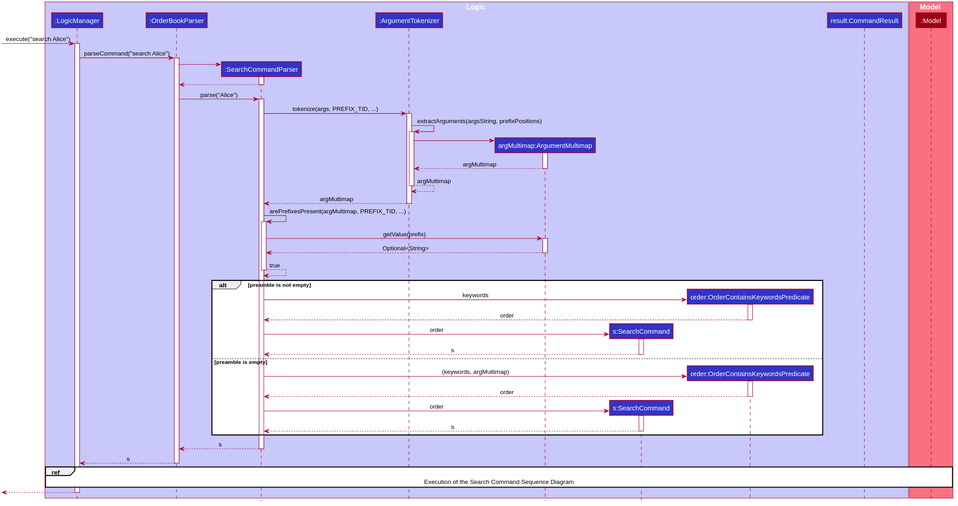
Above: docs/images/SearchCommandSequenceDiagram.svg in nus-cs2103-AY1920S2/addressbook-level3 (PlantUML), before the change. Its diagram source:
```plantuml
@startuml








skinparam BackgroundColor #FFFFFFF

skinparam Shadowing false

skinparam Class {
    FontColor #FFFFFF
    BorderThickness 1
    BorderColor #FFFFFF
    StereotypeFontColor #FFFFFF
    FontName Arial
}

skinparam Actor {
    BorderColor #000000
    Color #000000
    FontName Arial
}

skinparam Sequence {
    MessageAlign center
    BoxFontSize 15
    BoxPadding 0
    BoxFontColor #FFFFFF
    FontName Arial
}

skinparam Participant {
    FontColor #FFFFFFF
    Padding 20
}

skinparam MinClassWidth 50
skinparam ParticipantPadding 10
skinparam Shadowing false
skinparam DefaultTextAlignment center
skinparam packageStyle Rectangle

hide footbox
hide members
hide circle
box Logic #C8C8FA
participant ":LogicManager" as LogicManager #3333C4
participant ":OrderBookParser" as OrderBookParser #3333C4
participant ":SearchCommandParser" as SearchCommandParser #3333C4
participant ":ArgumentTokenizer" as ArgumentTokenizer #3333C4
participant "argMultimap:ArgumentMultimap" as ArgumentMultimap #3333C4
participant "s:SearchCommand" as SearchCommand #3333C4
participant "order:OrderContainsKeywordsPredicate" as OrderContainsKeywordsPredicate #3333C4
participant "result:CommandResult" as CommandResult #3333C4
end box

box Model #F97181
participant ":Model" as Model #9D0012
end box

[-> LogicManager : execute("search Alice")
activate LogicManager

LogicManager -> OrderBookParser : parseCommand("search Alice")
activate OrderBookParser

create SearchCommandParser
OrderBookParser -> SearchCommandParser
activate SearchCommandParser

SearchCommandParser --> OrderBookParser
deactivate SearchCommandParser

OrderBookParser -> SearchCommandParser : parse("Alice")
activate SearchCommandParser


SearchCommandParser -> ArgumentTokenizer++ : tokenize(args, PREFIX_TID, ...)

ArgumentTokenizer -> ArgumentTokenizer++ : extractArguments(argsString, prefixPositions)
create ArgumentMultimap
ArgumentTokenizer -> ArgumentMultimap++
ArgumentMultimap --> ArgumentTokenizer-- : argMultimap

ArgumentTokenizer --> ArgumentTokenizer-- : argMultimap

ArgumentTokenizer --> SearchCommandParser-- : argMultimap

SearchCommandParser -> SearchCommandParser++ : arePrefixesPresent(argMultimap, PREFIX_TID, ...)

SearchCommandParser -> ArgumentMultimap++ : getValue(prefix)

ArgumentMultimap --> SearchCommandParser-- : Optional<String>

SearchCommandParser --> SearchCommandParser-- : true

alt preamble is not empty
    create OrderContainsKeywordsPredicate
    SearchCommandParser -> OrderContainsKeywordsPredicate++ : keywords

    OrderContainsKeywordsPredicate --> SearchCommandParser-- : order

    create SearchCommand
    SearchCommandParser -> SearchCommand++ : order
    SearchCommand --> SearchCommandParser-- : s
else preamble is empty
    create OrderContainsKeywordsPredicate
    SearchCommandParser -> OrderContainsKeywordsPredicate++ : (keywords, argMultimap)

    OrderContainsKeywordsPredicate --> SearchCommandParser-- : order

    create SearchCommand
    SearchCommandParser -> SearchCommand++ : order
    SearchCommand --> SearchCommandParser-- : s
end

    SearchCommandParser --> OrderBookParser-- : s

OrderBookParser --> LogicManager-- : s

ref over LogicManager,  Model : Execution of the Search Command Sequence Diagram

[<--LogicManager
deactivate LogicManager
@enduml
```
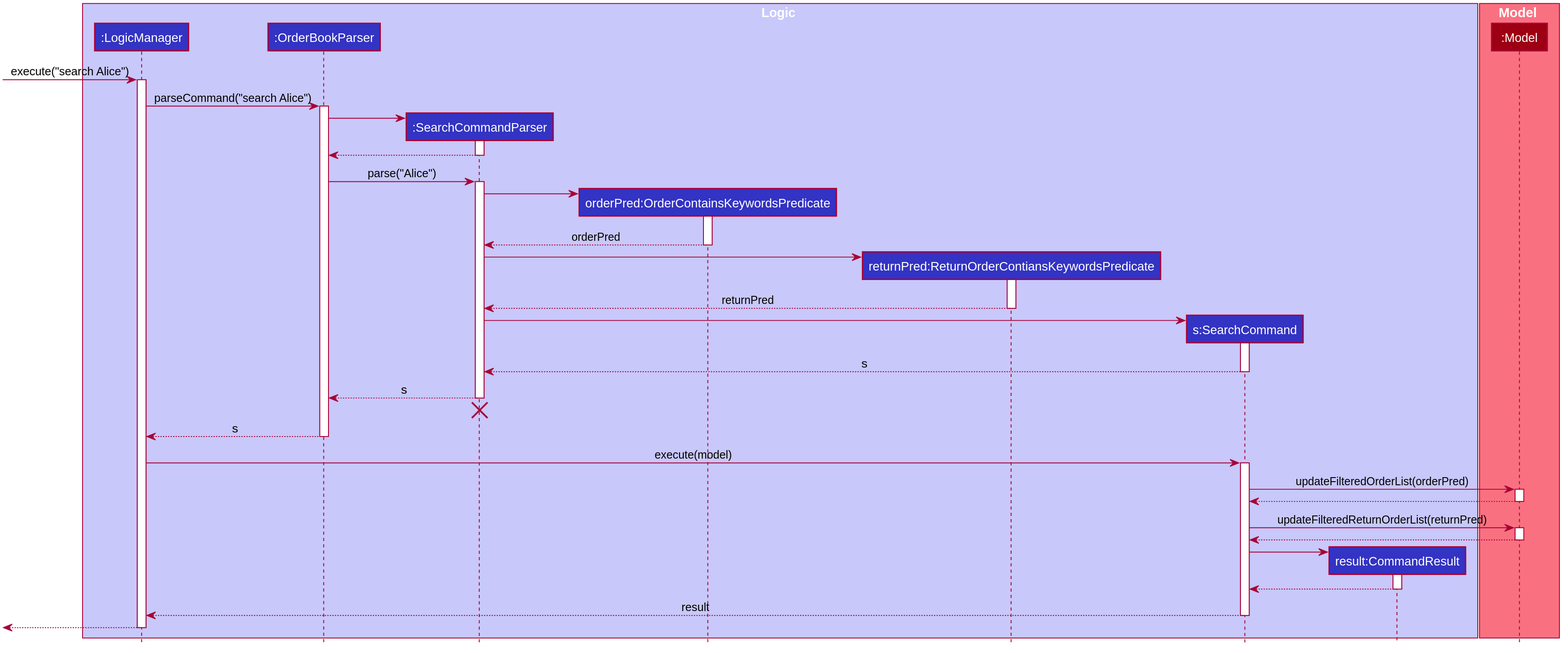
The same diagram one commit later.

Change to the diagram source:
```diff
@@ -51,10 +51,9 @@
 participant ":LogicManager" as LogicManager #3333C4
 participant ":OrderBookParser" as OrderBookParser #3333C4
 participant ":SearchCommandParser" as SearchCommandParser #3333C4
-participant ":ArgumentTokenizer" as ArgumentTokenizer #3333C4
-participant "argMultimap:ArgumentMultimap" as ArgumentMultimap #3333C4
+participant "orderPred:OrderContainsKeywordsPredicate" as OrderContainsKeywordsPredicate #3333C4
+participant "returnPred:ReturnOrderContiansKeywordsPredicate" as ReturnOrderContiansKeywordsPredicate #3333C4
 participant "s:SearchCommand" as SearchCommand #3333C4
-participant "order:OrderContainsKeywordsPredicate" as OrderContainsKeywordsPredicate #3333C4
 participant "result:CommandResult" as CommandResult #3333C4
 end box
 
@@ -78,51 +77,60 @@
 OrderBookParser -> SearchCommandParser : parse("Alice")
 activate SearchCommandParser
 
+create OrderContainsKeywordsPredicate
+SearchCommandParser -> OrderContainsKeywordsPredicate
+activate OrderContainsKeywordsPredicate
 
-SearchCommandParser -> ArgumentTokenizer++ : tokenize(args, PREFIX_TID, ...)
+OrderContainsKeywordsPredicate --> SearchCommandParser : orderPred
+deactivate OrderContainsKeywordsPredicate
 
-ArgumentTokenizer -> ArgumentTokenizer++ : extractArguments(argsString, prefixPositions)
-create ArgumentMultimap
-ArgumentTokenizer -> ArgumentMultimap++
-ArgumentMultimap --> ArgumentTokenizer-- : argMultimap
+create ReturnOrderContiansKeywordsPredicate
+SearchCommandParser -> ReturnOrderContiansKeywordsPredicate
+activate ReturnOrderContiansKeywordsPredicate
 
-ArgumentTokenizer --> ArgumentTokenizer-- : argMultimap
+ReturnOrderContiansKeywordsPredicate --> SearchCommandParser : returnPred
+deactivate ReturnOrderContiansKeywordsPredicate
 
-ArgumentTokenizer --> SearchCommandParser-- : argMultimap
+create SearchCommand
+SearchCommandParser -> SearchCommand
+activate SearchCommand
 
-SearchCommandParser -> SearchCommandParser++ : arePrefixesPresent(argMultimap, PREFIX_TID, ...)
+SearchCommand --> SearchCommandParser : s
+deactivate SearchCommand
 
-SearchCommandParser -> ArgumentMultimap++ : getValue(prefix)
+SearchCommandParser --> OrderBookParser : s
+deactivate SearchCommandParser
+SearchCommandParser -[hidden]-> OrderBookParser
+destroy SearchCommandParser
 
-ArgumentMultimap --> SearchCommandParser-- : Optional<String>
+OrderBookParser --> LogicManager : s
+deactivate OrderBookParser
 
-SearchCommandParser --> SearchCommandParser-- : true
+LogicManager -> SearchCommand : execute(model)
+activate SearchCommand
 
-alt preamble is not empty
-    create OrderContainsKeywordsPredicate
-    SearchCommandParser -> OrderContainsKeywordsPredicate++ : keywords
 
-    OrderContainsKeywordsPredicate --> SearchCommandParser-- : order
+SearchCommand -> Model : updateFilteredOrderList(orderPred)
+activate Model
 
-    create SearchCommand
-    SearchCommandParser -> SearchCommand++ : order
-    SearchCommand --> SearchCommandParser-- : s
-else preamble is empty
-    create OrderContainsKeywordsPredicate
-    SearchCommandParser -> OrderContainsKeywordsPredicate++ : (keywords, argMultimap)
+Model --> SearchCommand
+deactivate Model
+SearchCommand -> Model : updateFilteredReturnOrderList(returnPred)
+activate Model
 
-    OrderContainsKeywordsPredicate --> SearchCommandParser-- : order
+Model --> SearchCommand
+deactivate Model
 
-    create SearchCommand
-    SearchCommandParser -> SearchCommand++ : order
-    SearchCommand --> SearchCommandParser-- : s
-end
 
-    SearchCommandParser --> OrderBookParser-- : s
+create CommandResult
+SearchCommand -> CommandResult
+activate CommandResult
 
-OrderBookParser --> LogicManager-- : s
+CommandResult --> SearchCommand
+deactivate CommandResult
 
-ref over LogicManager,  Model : Execution of the Search Command Sequence Diagram
+SearchCommand --> LogicManager : result
+deactivate SearchCommand
 
 [<--LogicManager
 deactivate LogicManager
```
